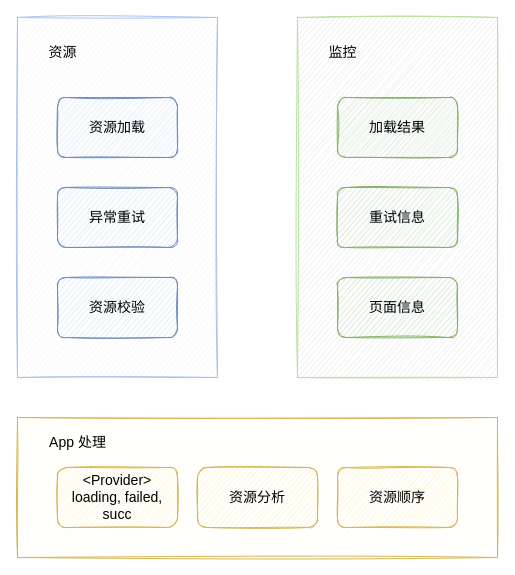
The draw.io diagram page "第 4 页" (5 of 6) of 未命名绘图.drawio in Darkindom/draw-the-diagrams, before the edit. Source tidied: cells renumbered, new cells numbered last; positions are measured from the earlier drawing's top-left corner, leaving out a move shared by most shapes. Both pictures are drawn from the tidied source at 100%, with x=0, y=0 at pixel (17, 17).
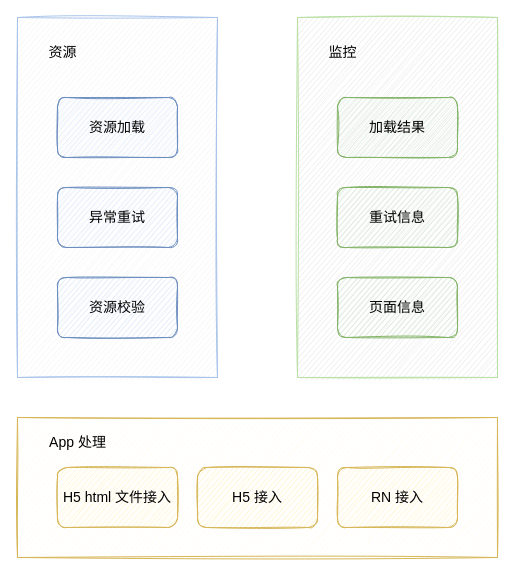
After the change.

The edit, as a diff of the source:
```diff
@@
 <mxGraphModel>
   <root>
     <mxCell id="0" />
     <mxCell id="1" parent="0" />
     <mxCell id="2" style="rounded=0;whiteSpace=wrap;html=1;sketch=1;fontFamily=手札体-简;fontSize=14;fillColor=#f5f5f5;fontColor=#333333;strokeColor=#A9C4EB;" parent="1" vertex="1">
       <mxGeometry width="200" height="360" as="geometry" />
     </mxCell>
     <mxCell id="3" value="资源加载" style="rounded=1;whiteSpace=wrap;html=1;sketch=1;fontFamily=手札体-简;fontSize=14;fillColor=#dae8fc;strokeColor=#6c8ebf;" parent="1" vertex="1">
       <mxGeometry x="40" y="80" width="120" height="60" as="geometry" />
     </mxCell>
     <mxCell id="4" value="异常重试" style="rounded=1;whiteSpace=wrap;html=1;sketch=1;fontFamily=手札体-简;fontSize=14;fillColor=#dae8fc;strokeColor=#6c8ebf;" parent="1" vertex="1">
       <mxGeometry x="40" y="170" width="120" height="60" as="geometry" />
     </mxCell>
     <mxCell id="5" value="资源校验" style="rounded=1;whiteSpace=wrap;html=1;sketch=1;fontFamily=手札体-简;fontSize=14;fillColor=#dae8fc;strokeColor=#6c8ebf;" parent="1" vertex="1">
       <mxGeometry x="40" y="260" width="120" height="60" as="geometry" />
     </mxCell>
     <mxCell id="6" value="资源" style="text;html=1;align=center;verticalAlign=middle;strokeColor=none;fillColor=none;fontSize=14;fontFamily=手札体-简;" parent="1" vertex="1">
       <mxGeometry x="20" y="20" width="50" height="30" as="geometry" />
     </mxCell>
     <mxCell id="7" style="rounded=0;whiteSpace=wrap;html=1;sketch=1;fontFamily=手札体-简;fontSize=14;fillColor=#E8E8E8;fontColor=#333333;strokeColor=#B9E0A5;" parent="1" vertex="1">
       <mxGeometry x="280" width="200" height="360" as="geometry" />
     </mxCell>
     <mxCell id="8" value="加载结果" style="rounded=1;whiteSpace=wrap;html=1;sketch=1;fontFamily=手札体-简;fontSize=14;fillColor=#d5e8d4;strokeColor=#82b366;" parent="1" vertex="1">
       <mxGeometry x="320" y="80" width="120" height="60" as="geometry" />
     </mxCell>
     <mxCell id="9" value="重试信息" style="rounded=1;whiteSpace=wrap;html=1;sketch=1;fontFamily=手札体-简;fontSize=14;fillColor=#d5e8d4;strokeColor=#82b366;" parent="1" vertex="1">
       <mxGeometry x="320" y="170" width="120" height="60" as="geometry" />
     </mxCell>
     <mxCell id="10" value="页面信息" style="rounded=1;whiteSpace=wrap;html=1;sketch=1;fontFamily=手札体-简;fontSize=14;fillColor=#d5e8d4;strokeColor=#82b366;" parent="1" vertex="1">
       <mxGeometry x="320" y="260" width="120" height="60" as="geometry" />
     </mxCell>
     <mxCell id="11" value="监控" style="text;html=1;align=center;verticalAlign=middle;strokeColor=none;fillColor=none;fontSize=14;fontFamily=手札体-简;" parent="1" vertex="1">
       <mxGeometry x="300" y="20" width="50" height="30" as="geometry" />
     </mxCell>
     <mxCell id="12" style="rounded=0;whiteSpace=wrap;html=1;sketch=1;fontFamily=手札体-简;fontSize=14;strokeColor=#d6b656;fillColor=#FFFAED;" parent="1" vertex="1">
       <mxGeometry y="400" width="480" height="140" as="geometry" />
     </mxCell>
-    <mxCell id="13" value="&amp;lt;Provider&amp;gt;&lt;br&gt;loading, failed, succ" style="rounded=1;whiteSpace=wrap;html=1;sketch=1;fontFamily=手札体-简;fontSize=14;fillColor=#fff2cc;strokeColor=#d6b656;" parent="1" vertex="1">
+    <mxCell id="13" value="H5 html 文件接入" style="rounded=1;whiteSpace=wrap;html=1;sketch=1;fontFamily=手札体-简;fontSize=14;fillColor=#fff2cc;strokeColor=#d6b656;" parent="1" vertex="1">
       <mxGeometry x="40" y="450" width="120" height="60" as="geometry" />
     </mxCell>
-    <mxCell id="14" value="资源分析" style="rounded=1;whiteSpace=wrap;html=1;sketch=1;fontFamily=手札体-简;fontSize=14;fillColor=#fff2cc;strokeColor=#d6b656;" parent="1" vertex="1">
+    <mxCell id="14" value="H5 接入" style="rounded=1;whiteSpace=wrap;html=1;sketch=1;fontFamily=手札体-简;fontSize=14;fillColor=#fff2cc;strokeColor=#d6b656;" parent="1" vertex="1">
       <mxGeometry x="180" y="450" width="120" height="60" as="geometry" />
     </mxCell>
-    <mxCell id="15" value="资源顺序" style="rounded=1;whiteSpace=wrap;html=1;sketch=1;fontFamily=手札体-简;fontSize=14;fillColor=#fff2cc;strokeColor=#d6b656;" parent="1" vertex="1">
+    <mxCell id="15" value="RN 接入" style="rounded=1;whiteSpace=wrap;html=1;sketch=1;fontFamily=手札体-简;fontSize=14;fillColor=#fff2cc;strokeColor=#d6b656;" parent="1" vertex="1">
       <mxGeometry x="320" y="450" width="120" height="60" as="geometry" />
     </mxCell>
     <mxCell id="16" value="App 处理" style="text;html=1;align=center;verticalAlign=middle;strokeColor=none;fillColor=none;fontSize=14;fontFamily=手札体-简;" parent="1" vertex="1">
       <mxGeometry x="20" y="410" width="80" height="30" as="geometry" />
     </mxCell>
   </root>
 </mxGraphModel>
```
